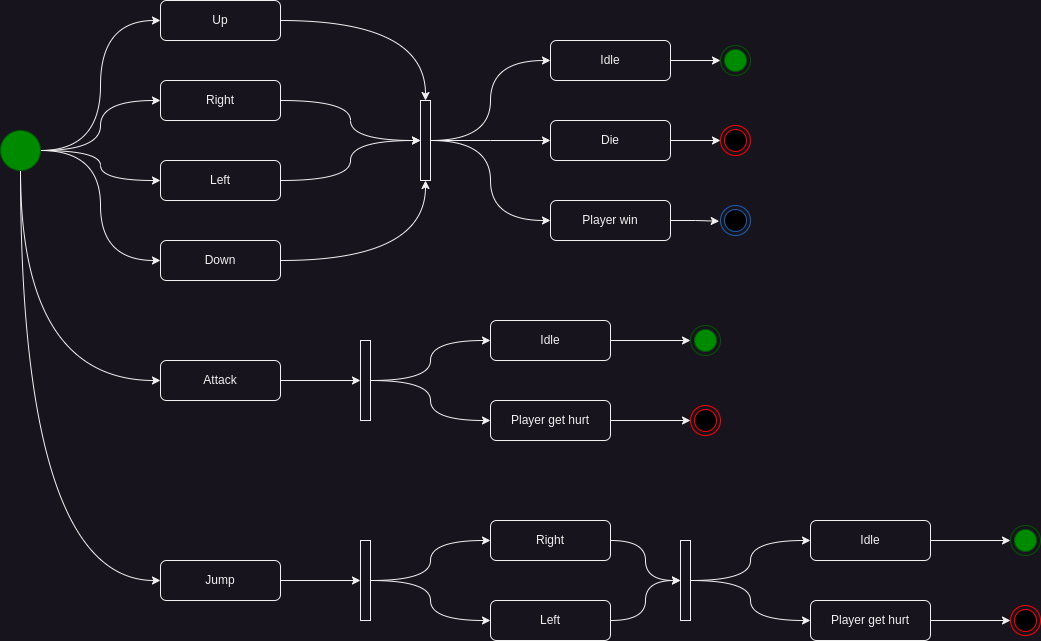
The draw.io diagram .assets/zorrospace-States.drawio.png in F-O-R-E-S-T/zorroscape_api, before a commit. Source tidied: cells renumbered, new cells last; positions are measured from the earlier drawing's top-left corner, leaving out a move shared by most shapes.
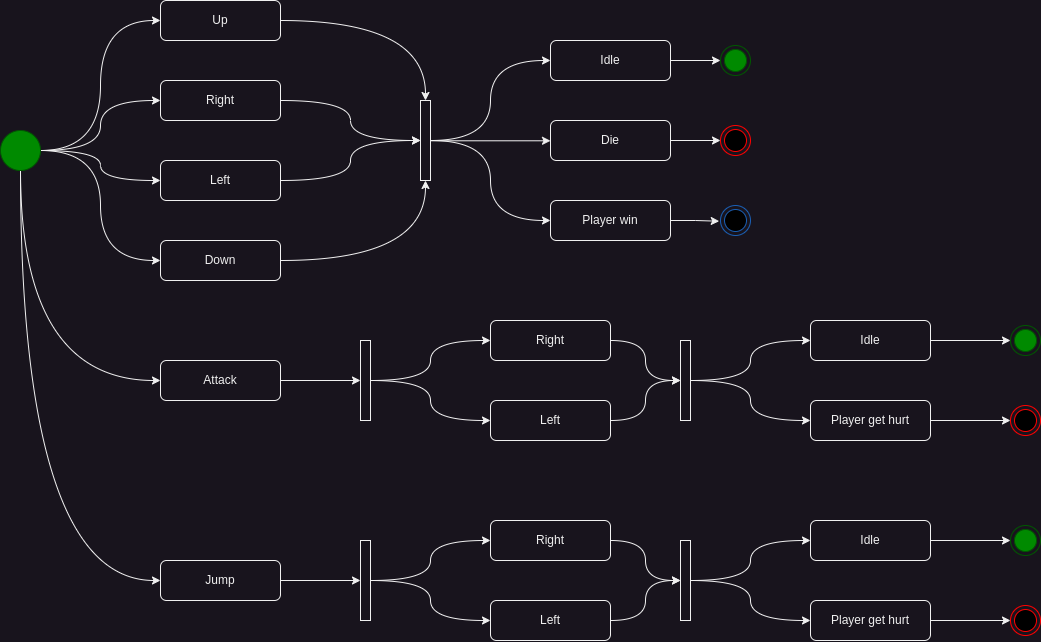
After the change.

Change to the diagram source:
```diff
@@ -82,9 +82,9 @@
     <mxCell id="25" style="ellipse;html=1;shape=endState;fillColor=#000000;strokeColor=#1a5fb4;" parent="1" vertex="1">
       <mxGeometry x="720" y="205" width="30" height="30" as="geometry" />
     </mxCell>
-    <mxCell id="26" style="edgeStyle=orthogonalEdgeStyle;rounded=0;jettySize=auto;html=1;" parent="1" edge="1" source="27" target="34">
-      <mxGeometry relative="1" as="geometry" />
-    </mxCell>
+    <mxCell id="59" style="edgeStyle=orthogonalEdgeStyle;rounded=0;jettySize=auto;html=1;" parent="1" edge="1" source="27" target="64">
+      <mxGeometry relative="1" as="geometry" />
+    </mxCell>
     <mxCell id="27" value="Attack" style="rounded=1;whiteSpace=wrap;html=1;" parent="1" vertex="1">
       <mxGeometry x="160" y="360" width="120" height="40" as="geometry" />
     </mxCell>
@@ -98,7 +98,7 @@
       <mxGeometry relative="1" as="geometry" />
     </mxCell>
     <mxCell id="31" value="Idle" style="rounded=1;whiteSpace=wrap;html=1;" parent="1" vertex="1">
-      <mxGeometry x="490" y="320" width="120" height="40" as="geometry" />
+      <mxGeometry x="810" y="320" width="120" height="40" as="geometry" />
     </mxCell>
     <mxCell id="32" style="edgeStyle=orthogonalEdgeStyle;rounded=0;jettySize=auto;html=1;elbow=vertical;curved=1;entryX=0;entryY=0.5;entryDx=0;entryDy=0;" parent="1" edge="1" source="34" target="31">
       <mxGeometry relative="1" as="geometry" />
@@ -107,13 +107,13 @@
       <mxGeometry relative="1" as="geometry" />
     </mxCell>
     <mxCell id="34" style="html=1;points=[];perimeter=orthogonalPerimeter;outlineConnect=0;targetShapes=umlLifeline;portConstraint=eastwest;newEdgeStyle={&quot;edgeStyle&quot;:&quot;elbowEdgeStyle&quot;,&quot;elbow&quot;:&quot;vertical&quot;,&quot;curved&quot;:0,&quot;rounded&quot;:0};" parent="1" vertex="1">
-      <mxGeometry x="360" y="340" width="10" height="80" as="geometry" />
+      <mxGeometry x="680" y="340" width="10" height="80" as="geometry" />
     </mxCell>
     <mxCell id="35" style="edgeStyle=orthogonalEdgeStyle;rounded=0;jettySize=auto;html=1;" parent="1" edge="1" source="36" target="40">
       <mxGeometry relative="1" as="geometry" />
     </mxCell>
     <mxCell id="36" value="Player get hurt" style="rounded=1;whiteSpace=wrap;html=1;" parent="1" vertex="1">
-      <mxGeometry x="490" y="400" width="120" height="40" as="geometry" />
+      <mxGeometry x="810" y="400" width="120" height="40" as="geometry" />
     </mxCell>
     <mxCell id="37" style="edgeStyle=orthogonalEdgeStyle;rounded=0;jettySize=auto;html=1;" parent="1" edge="1" source="38" target="39">
       <mxGeometry relative="1" as="geometry" />
@@ -125,7 +125,7 @@
       <mxGeometry x="720" y="125" width="30" height="30" as="geometry" />
     </mxCell>
     <mxCell id="40" style="ellipse;html=1;shape=endState;fillColor=#000000;strokeColor=#ff0000;" parent="1" vertex="1">
-      <mxGeometry x="690" y="405" width="30" height="30" as="geometry" />
+      <mxGeometry x="1010" y="405" width="30" height="30" as="geometry" />
     </mxCell>
     <mxCell id="41" style="edgeStyle=orthogonalEdgeStyle;rounded=0;jettySize=auto;html=1;curved=1;" parent="1" edge="1" source="42" target="52">
       <mxGeometry relative="1" as="geometry" />
@@ -176,10 +176,31 @@
       <mxGeometry x="720" y="45" width="30" height="30" as="geometry" />
     </mxCell>
     <mxCell id="57" style="ellipse;html=1;shape=endState;fillColor=#008a00;strokeColor=#005700;fontColor=#ffffff;" parent="1" vertex="1">
-      <mxGeometry x="690" y="325" width="30" height="30" as="geometry" />
+      <mxGeometry x="1010" y="325" width="30" height="30" as="geometry" />
     </mxCell>
     <mxCell id="58" style="ellipse;html=1;shape=endState;fillColor=#008a00;strokeColor=#005700;fontColor=#ffffff;" parent="1" vertex="1">
       <mxGeometry x="1010" y="525" width="30" height="30" as="geometry" />
     </mxCell>
+    <mxCell id="60" style="edgeStyle=orthogonalEdgeStyle;rounded=0;jettySize=auto;html=1;curved=1;" parent="1" edge="1" source="61" target="34">
+      <mxGeometry relative="1" as="geometry" />
+    </mxCell>
+    <mxCell id="61" value="Right" style="rounded=1;whiteSpace=wrap;html=1;" parent="1" vertex="1">
+      <mxGeometry x="490" y="320" width="120" height="40" as="geometry" />
+    </mxCell>
+    <mxCell id="62" style="edgeStyle=orthogonalEdgeStyle;rounded=0;jettySize=auto;html=1;elbow=vertical;curved=1;entryX=0;entryY=0.5;entryDx=0;entryDy=0;" parent="1" edge="1" source="64" target="61">
+      <mxGeometry relative="1" as="geometry" />
+    </mxCell>
+    <mxCell id="63" style="edgeStyle=orthogonalEdgeStyle;rounded=0;jettySize=auto;html=1;elbow=vertical;curved=1;entryX=0;entryY=0.5;entryDx=0;entryDy=0;" parent="1" edge="1" source="64" target="66">
+      <mxGeometry relative="1" as="geometry" />
+    </mxCell>
+    <mxCell id="64" style="html=1;points=[];perimeter=orthogonalPerimeter;outlineConnect=0;targetShapes=umlLifeline;portConstraint=eastwest;newEdgeStyle={&quot;edgeStyle&quot;:&quot;elbowEdgeStyle&quot;,&quot;elbow&quot;:&quot;vertical&quot;,&quot;curved&quot;:0,&quot;rounded&quot;:0};" parent="1" vertex="1">
+      <mxGeometry x="360" y="340" width="10" height="80" as="geometry" />
+    </mxCell>
+    <mxCell id="65" style="edgeStyle=orthogonalEdgeStyle;rounded=0;jettySize=auto;html=1;curved=1;" parent="1" edge="1" source="66" target="34">
+      <mxGeometry relative="1" as="geometry" />
+    </mxCell>
+    <mxCell id="66" value="Left" style="rounded=1;whiteSpace=wrap;html=1;" parent="1" vertex="1">
+      <mxGeometry x="490" y="400" width="120" height="40" as="geometry" />
+    </mxCell>
   </root>
 </mxGraphModel>
```
